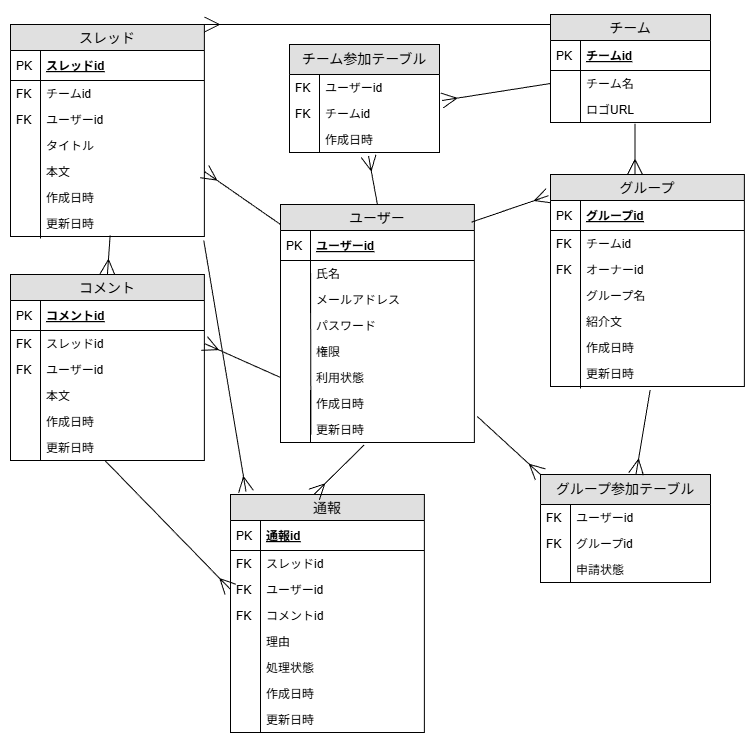
Earlier version of the draw.io export docs/images/er_diagram.png (theobuzz14-cmyk/premier_hub). Source tidied: cells renumbered, new cells last; positions are measured from the earlier drawing's top-left corner, leaving out a move shared by most shapes.
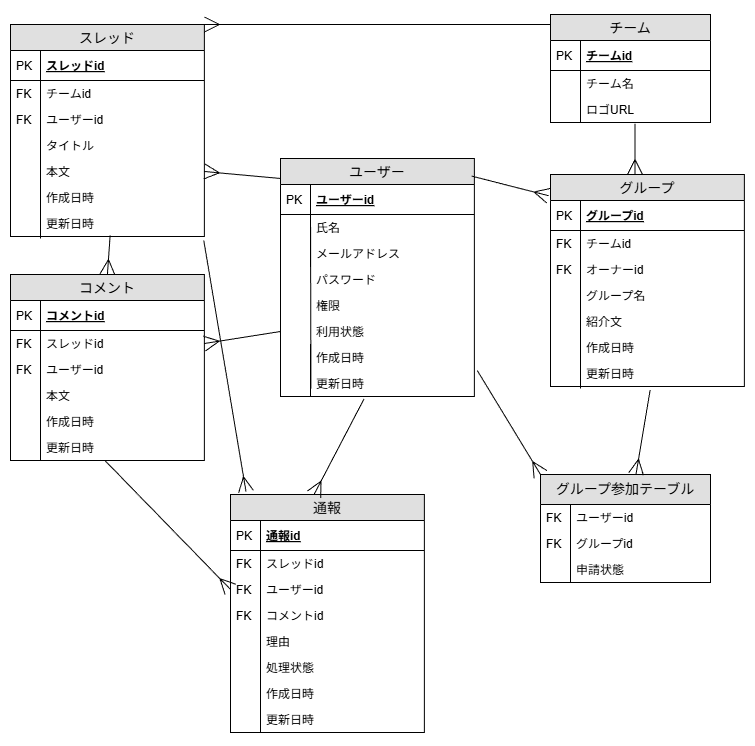
Later version of the same file.

Commit message:
[fix]ER図の微調整

Diff of the diagram source:
```diff
@@ -3,7 +3,7 @@
     <mxCell id="0" />
     <mxCell id="1" parent="0" />
     <mxCell id="2" value="ユーザー" style="swimlane;fontStyle=0;horizontal=1;startSize=26;fillColor=#e0e0e0;swimlaneFillColor=#ffffff;align=center;fontSize=14;" parent="1" vertex="1">
-      <mxGeometry x="270" y="190" width="193.8" height="238" as="geometry" />
+      <mxGeometry x="270" y="144" width="193.8" height="238" as="geometry" />
     </mxCell>
     <mxCell id="3" value="ユーザーid" style="shape=partialRectangle;top=0;left=0;right=0;bottom=1;align=left;verticalAlign=middle;fillColor=none;spacingLeft=34;spacingRight=4;overflow=hidden;fontStyle=5;fontSize=12;" parent="2" vertex="1">
       <mxGeometry y="26" width="193.8" height="30" as="geometry" />
@@ -223,36 +223,12 @@
     <mxCell id="67" style="shape=partialRectangle;top=0;left=0;bottom=0;fillColor=none;align=left;verticalAlign=top;spacingLeft=4;spacingRight=4;overflow=hidden;fontSize=12;" parent="66" vertex="1">
       <mxGeometry width="30" height="26" as="geometry" />
     </mxCell>
-    <mxCell id="68" value="チーム参加テーブル" style="swimlane;fontStyle=0;horizontal=1;startSize=30;fillColor=#e0e0e0;swimlaneFillColor=#ffffff;align=center;fontSize=14;whiteSpace=wrap;" parent="1" vertex="1">
-      <mxGeometry x="279" y="30" width="150" height="108" as="geometry" />
-    </mxCell>
-    <mxCell id="69" value="ユーザーid" style="shape=partialRectangle;top=0;left=0;right=0;bottom=0;align=left;verticalAlign=top;fillColor=none;spacingLeft=34;spacingRight=4;overflow=hidden;fontSize=12;" parent="68" vertex="1">
-      <mxGeometry y="30" width="150" height="26" as="geometry" />
-    </mxCell>
-    <mxCell id="70" value="FK" style="shape=partialRectangle;top=0;left=0;bottom=0;fillColor=none;align=left;verticalAlign=top;spacingLeft=4;spacingRight=4;overflow=hidden;fontSize=12;" parent="69" vertex="1">
-      <mxGeometry width="30" height="26" as="geometry" />
-    </mxCell>
-    <mxCell id="71" value="チームid" style="shape=partialRectangle;top=0;left=0;right=0;bottom=0;align=left;verticalAlign=top;fillColor=none;spacingLeft=34;spacingRight=4;overflow=hidden;points=[[0,0.5],[1,0.5]];portConstraint=eastwest;fontSize=12;" parent="68" vertex="1">
-      <mxGeometry y="56" width="150" height="26" as="geometry" />
-    </mxCell>
-    <mxCell id="72" value="FK" style="shape=partialRectangle;top=0;left=0;bottom=0;fillColor=none;align=left;verticalAlign=top;spacingLeft=4;spacingRight=4;overflow=hidden;fontSize=12;" parent="71" vertex="1">
-      <mxGeometry width="30" height="26" as="geometry" />
-    </mxCell>
-    <mxCell id="73" value="作成日時" style="shape=partialRectangle;top=0;left=0;right=0;bottom=0;align=left;verticalAlign=top;fillColor=none;spacingLeft=34;spacingRight=4;overflow=hidden;points=[[0,0.5],[1,0.5]];portConstraint=eastwest;fontSize=12;" parent="68" vertex="1">
-      <mxGeometry y="82" width="150" height="26" as="geometry" />
-    </mxCell>
-    <mxCell id="74" style="shape=partialRectangle;top=0;left=0;bottom=0;fillColor=none;align=left;verticalAlign=top;spacingLeft=4;spacingRight=4;overflow=hidden;fontSize=12;" parent="73" vertex="1">
-      <mxGeometry width="30" height="26" as="geometry" />
-    </mxCell>
     <mxCell id="75" style="endArrow=ERmany;html=1;rounded=0;endFill=0;endSize=13;exitX=0.431;exitY=1.092;exitDx=0;exitDy=0;exitPerimeter=0;entryX=0.431;entryY=0;entryDx=0;entryDy=0;entryPerimeter=0;" parent="1" edge="1" source="15" target="51">
       <mxGeometry relative="1" as="geometry" />
     </mxCell>
     <mxCell id="76" style="endArrow=ERmany;html=1;rounded=0;endFill=0;endSize=13;exitX=0;exitY=0.084;exitDx=0;exitDy=0;entryX=1;entryY=0.5;entryDx=0;entryDy=0;exitPerimeter=0;" parent="1" edge="1" source="2" target="34">
       <mxGeometry relative="1" as="geometry" />
     </mxCell>
-    <mxCell id="77" style="endArrow=ERmany;html=1;rounded=0;endFill=0;endSize=13;exitX=0;exitY=0.5;exitDx=0;exitDy=0;entryX=1.017;entryY=0;entryDx=0;entryDy=0;entryPerimeter=0;" parent="1" edge="1" source="20" target="71">
-      <mxGeometry relative="1" as="geometry" />
-    </mxCell>
     <mxCell id="78" style="endArrow=ERmany;html=1;rounded=0;endFill=0;endSize=13;exitX=0.997;exitY=1.154;exitDx=0;exitDy=0;exitPerimeter=0;entryX=0.08;entryY=-0.012;entryDx=0;entryDy=0;entryPerimeter=0;" parent="1" edge="1" source="36" target="51">
       <mxGeometry relative="1" as="geometry" />
     </mxCell>
@@ -337,9 +313,6 @@
     <mxCell id="103" style="shape=partialRectangle;top=0;left=0;bottom=0;fillColor=none;align=left;verticalAlign=top;spacingLeft=4;spacingRight=4;overflow=hidden;fontSize=12;" parent="102" vertex="1">
       <mxGeometry width="30" height="26" as="geometry" />
     </mxCell>
-    <mxCell id="104" style="endArrow=ERmany;html=1;rounded=0;endFill=0;endSize=13;exitX=0.5;exitY=0;exitDx=0;exitDy=0;entryX=0.527;entryY=1.138;entryDx=0;entryDy=0;entryPerimeter=0;" parent="1" edge="1" source="2" target="73">
-      <mxGeometry relative="1" as="geometry" />
-    </mxCell>
     <mxCell id="105" style="endArrow=ERmany;html=1;rounded=0;endFill=0;endSize=13;exitX=0.986;exitY=0.074;exitDx=0;exitDy=0;entryX=-0.01;entryY=0.1;entryDx=0;entryDy=0;entryPerimeter=0;exitPerimeter=0;" parent="1" edge="1" source="2" target="83">
       <mxGeometry relative="1" as="geometry" />
     </mxCell>
```
